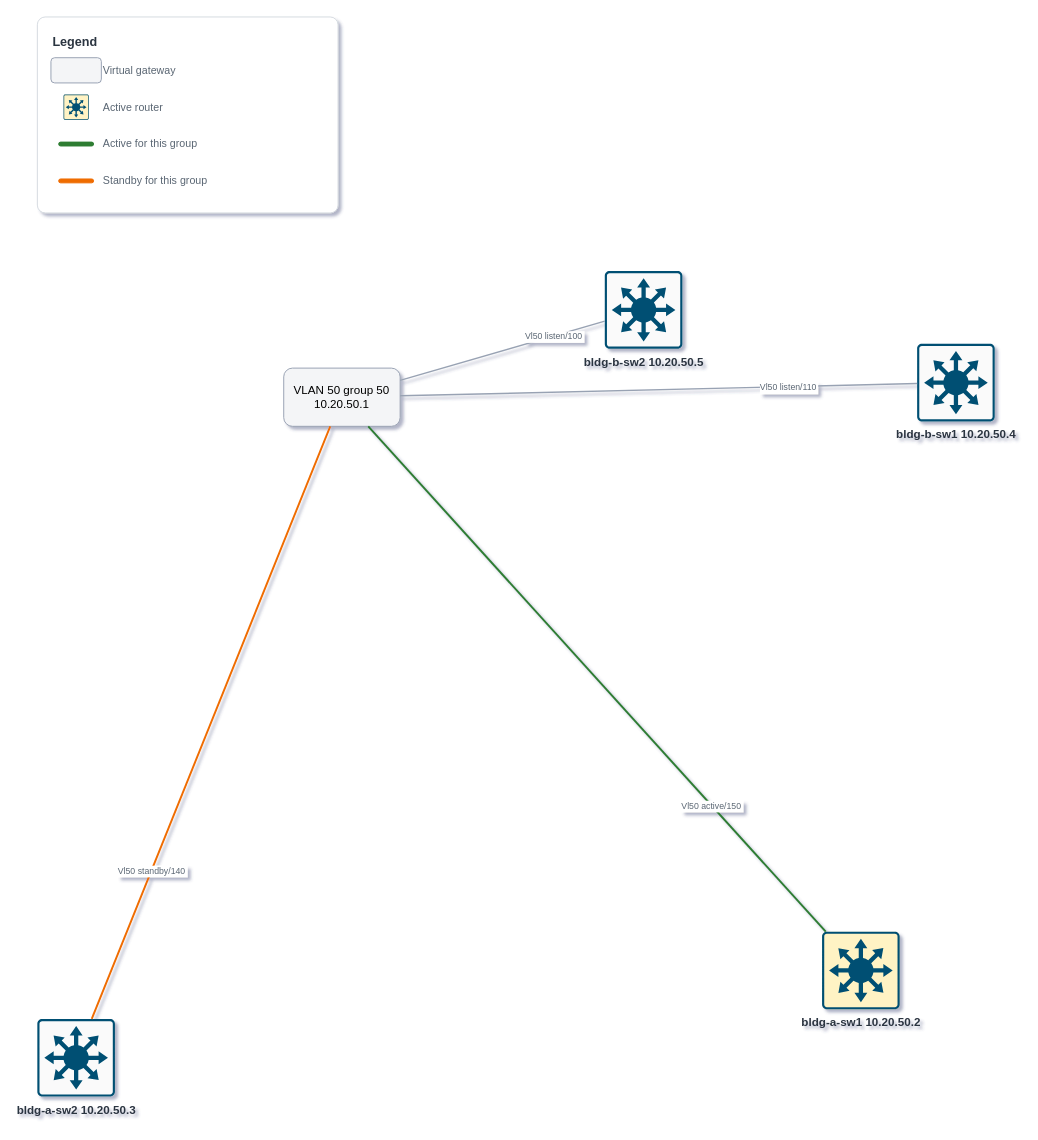
Above: examples/hsrp-quad/diagrams/hsrp/hsrp_vlan50.drawio in isrferna/nettopo (draw.io), before the change. Source tidied: cells renumbered, new cells numbered last; positions are measured from the earlier drawing's top-left corner, leaving out a move shared by most shapes. Both pictures are drawn from the tidied source at 97%, with x=0, y=0 at pixel (37, 16).
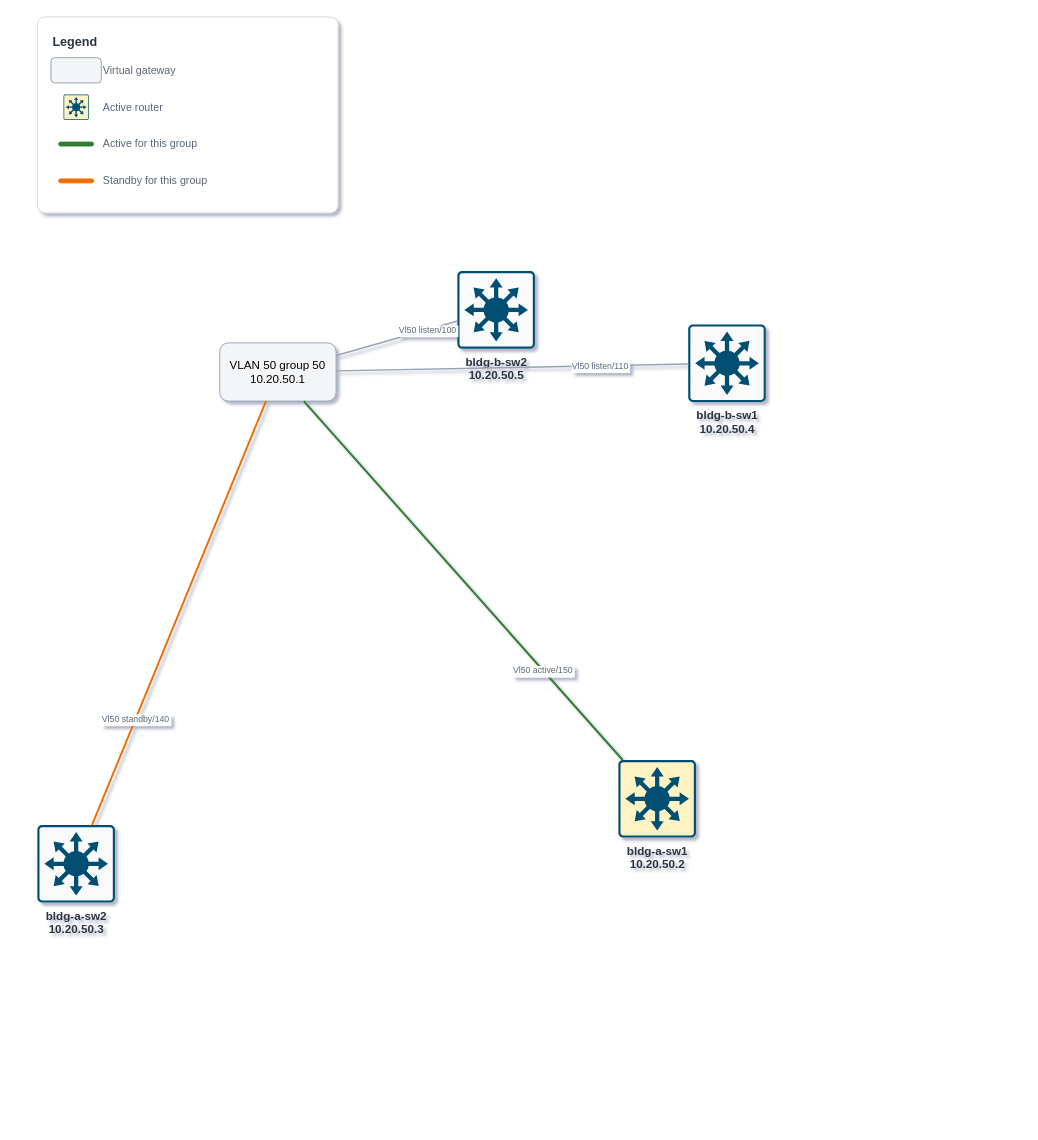
The same page after the edit.

Change to the diagram source:
```diff
@@
-    <mxCell id="2" value="VLAN 50 group 50 10.20.50.1" style="rounded=1;whiteSpace=wrap;html=1;fillColor=#F4F5F7;strokeColor=#98A2B3;" parent="1" vertex="1">
-      <mxGeometry x="254" y="362" width="120" height="60" as="geometry" />
+    <mxCell id="2" value="VLAN 50 group 50&lt;br&gt;10.20.50.1" style="rounded=1;whiteSpace=wrap;html=1;fillColor=#F4F5F7;strokeColor=#98A2B3;" parent="1" vertex="1">
+      <mxGeometry x="188" y="336" width="120" height="60" as="geometry" />
     </mxCell>
-    <mxCell id="3" value="bldg-a-sw1 10.20.50.2" style="shape=mxgraph.cisco19.rect;prIcon=l3_switch;strokeColor=#005073;sketch=0;html=1;verticalLabelPosition=bottom;verticalAlign=top;align=center;outlineConnect=0;fillColor=#FAFAFA;fontSize=12;fontColor=#2B3440;fontStyle=1;fillColor=#FFF3C4;strokeWidth=3;" parent="1" vertex="1">
-      <mxGeometry x="809" y="943" width="80" height="80" as="geometry" />
+    <mxCell id="3" value="bldg-a-sw1&lt;br&gt;10.20.50.2" style="shape=mxgraph.cisco19.rect;prIcon=l3_switch;strokeColor=#005073;sketch=0;html=1;verticalLabelPosition=bottom;verticalAlign=top;align=center;outlineConnect=0;fillColor=#FAFAFA;fontSize=12;fontColor=#2B3440;fontStyle=1;fillColor=#FFF3C4;strokeWidth=3;" parent="1" vertex="1">
+      <mxGeometry x="599" y="766" width="80" height="80" as="geometry" />
     </mxCell>
-    <mxCell id="4" value="bldg-a-sw2 10.20.50.3" style="shape=mxgraph.cisco19.rect;prIcon=l3_switch;strokeColor=#005073;sketch=0;html=1;verticalLabelPosition=bottom;verticalAlign=top;align=center;outlineConnect=0;fillColor=#FAFAFA;fontSize=12;fontColor=#2B3440;fontStyle=1;" parent="1" vertex="1">
-      <mxGeometry y="1033" width="80" height="80" as="geometry" />
+    <mxCell id="4" value="bldg-a-sw2&lt;br&gt;10.20.50.3" style="shape=mxgraph.cisco19.rect;prIcon=l3_switch;strokeColor=#005073;sketch=0;html=1;verticalLabelPosition=bottom;verticalAlign=top;align=center;outlineConnect=0;fillColor=#FAFAFA;fontSize=12;fontColor=#2B3440;fontStyle=1;" parent="1" vertex="1">
+      <mxGeometry y="833" width="80" height="80" as="geometry" />
     </mxCell>
-    <mxCell id="5" value="bldg-b-sw1 10.20.50.4" style="shape=mxgraph.cisco19.rect;prIcon=l3_switch;strokeColor=#005073;sketch=0;html=1;verticalLabelPosition=bottom;verticalAlign=top;align=center;outlineConnect=0;fillColor=#FAFAFA;fontSize=12;fontColor=#2B3440;fontStyle=1;" parent="1" vertex="1">
-      <mxGeometry x="907" y="337" width="80" height="80" as="geometry" />
+    <mxCell id="5" value="bldg-b-sw1&lt;br&gt;10.20.50.4" style="shape=mxgraph.cisco19.rect;prIcon=l3_switch;strokeColor=#005073;sketch=0;html=1;verticalLabelPosition=bottom;verticalAlign=top;align=center;outlineConnect=0;fillColor=#FAFAFA;fontSize=12;fontColor=#2B3440;fontStyle=1;" parent="1" vertex="1">
+      <mxGeometry x="671" y="317" width="80" height="80" as="geometry" />
     </mxCell>
-    <mxCell id="6" value="bldg-b-sw2 10.20.50.5" style="shape=mxgraph.cisco19.rect;prIcon=l3_switch;strokeColor=#005073;sketch=0;html=1;verticalLabelPosition=bottom;verticalAlign=top;align=center;outlineConnect=0;fillColor=#FAFAFA;fontSize=12;fontColor=#2B3440;fontStyle=1;" parent="1" vertex="1">
-      <mxGeometry x="585" y="262" width="80" height="80" as="geometry" />
+    <mxCell id="6" value="bldg-b-sw2&lt;br&gt;10.20.50.5" style="shape=mxgraph.cisco19.rect;prIcon=l3_switch;strokeColor=#005073;sketch=0;html=1;verticalLabelPosition=bottom;verticalAlign=top;align=center;outlineConnect=0;fillColor=#FAFAFA;fontSize=12;fontColor=#2B3440;fontStyle=1;" parent="1" vertex="1">
+      <mxGeometry x="433" y="262" width="80" height="80" as="geometry" />
     </mxCell>
```
